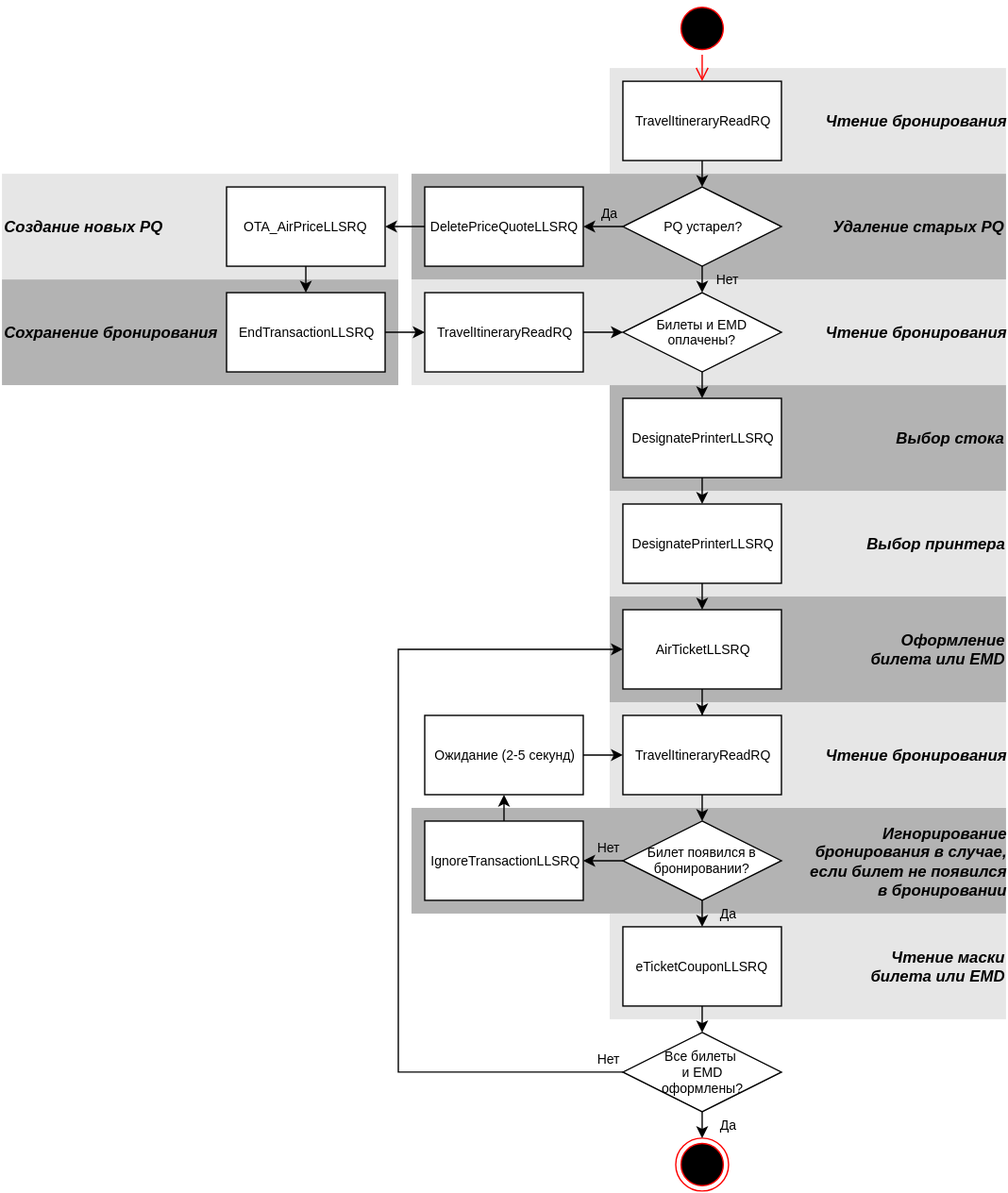
andreypolyak/sabre-apis-ru keeps this draw.io diagram as assets/svg/Issue Tickets/[RU]Issue Tickets[IPCC]-1.svg. Above is the earlier version. Source tidied: cells renumbered, new cells last; positions are measured from the earlier drawing's top-left corner, leaving out a move shared by most shapes.
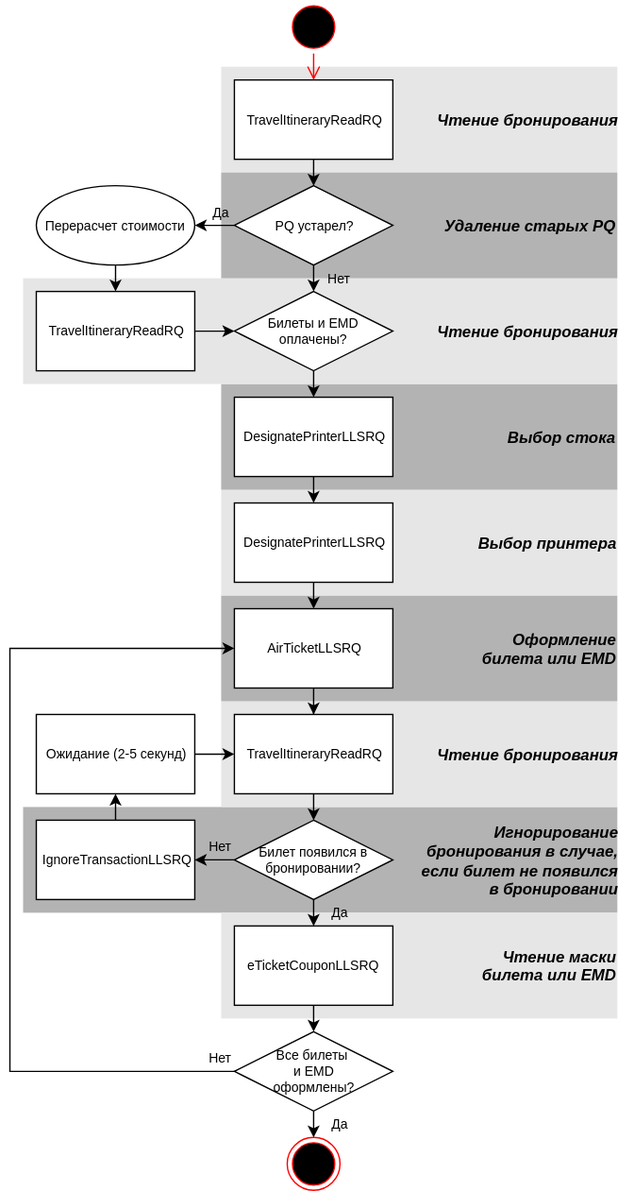
Later version of the same file.

Diff of the diagram source:
```diff
@@ -20,20 +20,14 @@
     <mxCell id="7" value="&lt;div style=&quot;text-align: right&quot;&gt;&lt;b&gt;&lt;i&gt;&lt;font style=&quot;font-size: 12px&quot;&gt;Выбор стока&lt;/font&gt;&lt;/i&gt;&lt;/b&gt;&lt;br&gt;&lt;/div&gt;" style="whiteSpace=wrap;html=1;fillColor=#B3B3B3;fontSize=10;strokeColor=none;align=right;gradientColor=none;" parent="1" vertex="1">
       <mxGeometry x="460" y="290" width="300" height="80" as="geometry" />
     </mxCell>
-    <mxCell id="8" value="&lt;div style=&quot;text-align: right&quot;&gt;&lt;span&gt;&lt;b&gt;&lt;i&gt;&lt;font style=&quot;font-size: 12px&quot;&gt;Сохранение бронирования&lt;/font&gt;&lt;/i&gt;&lt;/b&gt;&lt;/span&gt;&lt;br&gt;&lt;/div&gt;" style="whiteSpace=wrap;html=1;fillColor=#B3B3B3;fontSize=10;strokeColor=none;align=left;gradientColor=none;" parent="1" vertex="1">
-      <mxGeometry y="210" width="300" height="80" as="geometry" />
-    </mxCell>
     <mxCell id="9" value="&lt;div style=&quot;text-align: right&quot;&gt;&lt;b&gt;&lt;i&gt;&lt;font style=&quot;font-size: 12px&quot;&gt;Чтение бронирования&lt;/font&gt;&lt;/i&gt;&lt;/b&gt;&lt;br&gt;&lt;/div&gt;" style="whiteSpace=wrap;html=1;fillColor=#E6E6E6;fontSize=10;strokeColor=none;align=right;gradientColor=none;" parent="1" vertex="1">
       <mxGeometry x="310" y="210" width="450" height="80" as="geometry" />
     </mxCell>
-    <mxCell id="10" value="&lt;div style=&quot;text-align: right&quot;&gt;&lt;span&gt;&lt;b&gt;&lt;i&gt;&lt;font style=&quot;font-size: 12px&quot;&gt;Создание новых PQ&lt;/font&gt;&lt;/i&gt;&lt;/b&gt;&lt;/span&gt;&lt;br&gt;&lt;/div&gt;" style="whiteSpace=wrap;html=1;fillColor=#E6E6E6;fontSize=10;strokeColor=none;align=left;gradientColor=none;" parent="1" vertex="1">
-      <mxGeometry y="130" width="300" height="80" as="geometry" />
-    </mxCell>
     <mxCell id="11" value="&lt;div style=&quot;text-align: right&quot;&gt;&lt;b&gt;&lt;i&gt;&lt;font style=&quot;font-size: 12px&quot;&gt;Чтение бронирования&lt;/font&gt;&lt;/i&gt;&lt;/b&gt;&lt;br&gt;&lt;/div&gt;" style="whiteSpace=wrap;html=1;fillColor=#E6E6E6;fontSize=10;strokeColor=none;align=right;gradientColor=none;" parent="1" vertex="1">
       <mxGeometry x="460" y="50" width="300" height="80" as="geometry" />
     </mxCell>
     <mxCell id="12" value="&lt;div style=&quot;text-align: right&quot;&gt;&lt;span&gt;&lt;b&gt;&lt;i&gt;&lt;font style=&quot;font-size: 12px&quot;&gt;Удаление старых PQ&lt;/font&gt;&lt;/i&gt;&lt;/b&gt;&lt;/span&gt;&lt;br&gt;&lt;/div&gt;" style="whiteSpace=wrap;html=1;fillColor=#B3B3B3;fontSize=10;strokeColor=none;align=right;gradientColor=none;" parent="1" vertex="1">
-      <mxGeometry x="310" y="130" width="450" height="80" as="geometry" />
+      <mxGeometry x="460" y="130" width="300" height="80" as="geometry" />
     </mxCell>
     <mxCell id="13" style="edgeStyle=orthogonalEdgeStyle;rounded=0;html=1;exitX=0.5;exitY=1;entryX=0.5;entryY=0;jettySize=auto;" parent="1" edge="1" source="14" target="36">
       <mxGeometry x="380" y="1390" as="geometry" />
@@ -41,18 +35,6 @@
     <mxCell id="14" value="TravelItineraryReadRQ" style="whiteSpace=wrap;html=1;rounded=0;fontSize=10;" parent="1" vertex="1">
       <mxGeometry x="470" y="60" width="120" height="60" as="geometry" />
     </mxCell>
-    <mxCell id="15" style="edgeStyle=orthogonalEdgeStyle;rounded=0;html=1;exitX=0;exitY=0.5;entryX=1;entryY=0.5;jettySize=auto;fontSize=10;" parent="1" edge="1" source="16" target="18">
-      <mxGeometry x="135" y="1440" as="geometry" />
-    </mxCell>
-    <mxCell id="16" value="DeletePriceQuoteLLSRQ" style="whiteSpace=wrap;html=1;rounded=0;fontSize=10;" parent="1" vertex="1">
-      <mxGeometry x="320" y="140" width="120" height="60" as="geometry" />
-    </mxCell>
-    <mxCell id="17" style="edgeStyle=orthogonalEdgeStyle;rounded=0;html=1;exitX=0.5;exitY=1;entryX=0.5;entryY=0;jettySize=auto;" parent="1" edge="1" source="18" target="38">
-      <mxGeometry x="75" y="1470" as="geometry" />
-    </mxCell>
-    <mxCell id="18" value="OTA_AirPriceLLSRQ" style="whiteSpace=wrap;html=1;rounded=0;fontSize=10;" parent="1" vertex="1">
-      <mxGeometry x="170" y="140" width="120" height="60" as="geometry" />
-    </mxCell>
     <mxCell id="19" style="edgeStyle=orthogonalEdgeStyle;rounded=0;html=1;exitX=0.5;exitY=1;entryX=0.5;entryY=0;jettySize=auto;fontSize=10;" parent="1" edge="1" source="20" target="22">
       <mxGeometry x="380" y="1630" as="geometry" />
     </mxCell>
@@ -107,20 +89,15 @@
         <mxPoint x="20" as="offset" />
       </mxGeometry>
     </mxCell>
-    <mxCell id="35" value="Да" style="edgeStyle=orthogonalEdgeStyle;rounded=0;html=1;exitX=0;exitY=0.5;entryX=1;entryY=0.5;jettySize=auto;fontSize=10;labelBackgroundColor=none;" parent="1" edge="1" source="36" target="16">
+    <mxCell id="35" value="Да" style="edgeStyle=orthogonalEdgeStyle;rounded=0;html=1;exitX=0;exitY=0.5;entryX=1;entryY=0.5;jettySize=auto;fontSize=10;labelBackgroundColor=none;" parent="1" edge="1" source="36">
       <mxGeometry as="geometry">
+        <mxPoint x="440" y="170" as="targetPoint" />
         <mxPoint x="5" y="-10" as="offset" />
       </mxGeometry>
     </mxCell>
     <mxCell id="36" value="PQ устарел?" style="rhombus;whiteSpace=wrap;html=1;rounded=0;fontSize=10;" parent="1" vertex="1">
       <mxGeometry x="470" y="140" width="120" height="60" as="geometry" />
     </mxCell>
-    <mxCell id="37" style="edgeStyle=orthogonalEdgeStyle;rounded=0;html=1;exitX=1;exitY=0.5;entryX=0;entryY=0.5;jettySize=auto;fontSize=10;" parent="1" edge="1" source="38" target="40">
-      <mxGeometry x="135" y="1520" as="geometry" />
-    </mxCell>
-    <mxCell id="38" value="EndTransactionLLSRQ" style="whiteSpace=wrap;html=1;rounded=0;fontSize=10;" parent="1" vertex="1">
-      <mxGeometry x="170" y="220" width="120" height="60" as="geometry" />
-    </mxCell>
     <mxCell id="39" style="edgeStyle=orthogonalEdgeStyle;rounded=0;html=1;exitX=1;exitY=0.5;entryX=0;entryY=0.5;jettySize=auto;fontSize=10;" parent="1" edge="1" source="40" target="30">
       <mxGeometry x="290" y="1520" as="geometry" />
     </mxCell>
@@ -165,5 +142,11 @@
     <mxCell id="50" value="Ожидание (2-5 секунд)" style="whiteSpace=wrap;html=1;rounded=0;fontSize=10;" parent="1" vertex="1">
       <mxGeometry x="320" y="540" width="120" height="60" as="geometry" />
     </mxCell>
+    <mxCell id="51" style="edgeStyle=orthogonalEdgeStyle;rounded=0;comic=0;html=1;exitX=0.5;exitY=1;entryX=0.5;entryY=0;labelBackgroundColor=none;endArrow=classic;endFill=1;jettySize=auto;strokeColor=#000000;strokeWidth=1;fontSize=10;fontColor=#000000;" parent="1" edge="1" source="52" target="40">
+      <mxGeometry relative="1" as="geometry" />
+    </mxCell>
+    <mxCell id="52" value="Перерасчет стоимости" style="ellipse;whiteSpace=wrap;html=1;rounded=0;glass=0;labelBackgroundColor=none;strokeColor=#000000;strokeWidth=1;fillColor=#FFFFFF;gradientColor=none;fontSize=10;fontColor=#000000;align=center;" parent="1" vertex="1">
+      <mxGeometry x="320" y="140" width="120" height="60" as="geometry" />
+    </mxCell>
   </root>
 </mxGraphModel>
```
